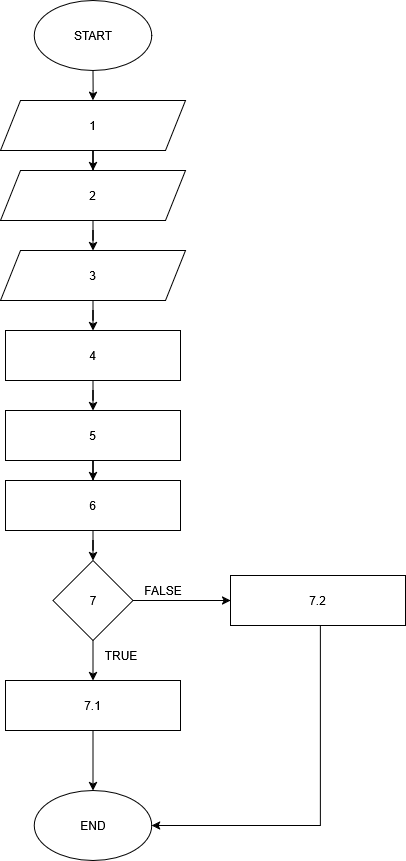
The draw.io diagram 6.triangle check/6.drawio.png in JanithFX/PHP-Exercises, before a commit. Source tidied: cells renumbered, new cells last; positions are measured from the earlier drawing's top-left corner, leaving out a move shared by most shapes.
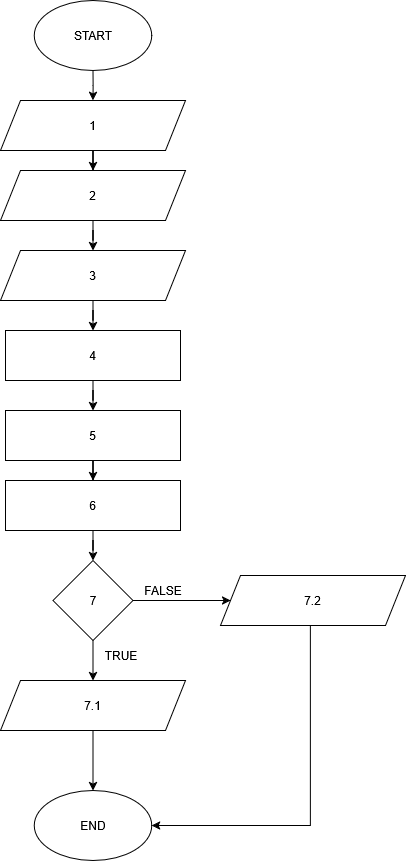
Above is the later version.

Change to the diagram source:
```diff
@@ -47,36 +47,44 @@
     <mxCell id="16" value="3" style="shape=parallelogram;perimeter=parallelogramPerimeter;whiteSpace=wrap;html=1;fixedSize=1;" parent="1" vertex="1">
       <mxGeometry y="250" width="185" height="50" as="geometry" />
     </mxCell>
-    <mxCell id="17" style="edgeStyle=orthogonalEdgeStyle;rounded=0;jettySize=auto;html=1;" parent="1" edge="1" source="19" target="21">
-      <mxGeometry relative="1" as="geometry" />
-    </mxCell>
-    <mxCell id="18" style="edgeStyle=orthogonalEdgeStyle;rounded=0;jettySize=auto;html=1;" parent="1" edge="1" source="19" target="23">
-      <mxGeometry relative="1" as="geometry" />
-    </mxCell>
+    <mxCell id="26" style="edgeStyle=orthogonalEdgeStyle;rounded=0;jettySize=auto;html=1;" parent="1" edge="1" source="19">
+      <mxGeometry relative="1" as="geometry">
+        <mxPoint x="92.5" y="680" as="targetPoint" />
+      </mxGeometry>
+    </mxCell>
+    <mxCell id="27" style="edgeStyle=orthogonalEdgeStyle;rounded=0;jettySize=auto;html=1;" parent="1" edge="1" source="19">
+      <mxGeometry relative="1" as="geometry">
+        <mxPoint x="230" y="600" as="targetPoint" />
+      </mxGeometry>
+    </mxCell>
     <mxCell id="19" value="7" style="rhombus;whiteSpace=wrap;html=1;" parent="1" vertex="1">
       <mxGeometry x="52.5" y="560" width="80" height="80" as="geometry" />
     </mxCell>
-    <mxCell id="20" style="edgeStyle=orthogonalEdgeStyle;rounded=0;jettySize=auto;html=1;" parent="1" edge="1" source="21" target="4">
-      <mxGeometry relative="1" as="geometry" />
-    </mxCell>
-    <mxCell id="21" value="7.1" style="rounded=0;whiteSpace=wrap;html=1;" parent="1" vertex="1">
-      <mxGeometry x="5" y="680" width="175" height="50" as="geometry" />
-    </mxCell>
-    <mxCell id="22" style="edgeStyle=orthogonalEdgeStyle;rounded=0;jettySize=auto;html=1;entryX=1;entryY=0.5;entryDx=0;entryDy=0;" parent="1" edge="1" source="23" target="4">
-      <mxGeometry relative="1" as="geometry">
-        <Array as="points">
-          <mxPoint x="320" y="825" />
-        </Array>
-      </mxGeometry>
-    </mxCell>
-    <mxCell id="23" value="7.2" style="rounded=0;whiteSpace=wrap;html=1;" parent="1" vertex="1">
-      <mxGeometry x="230" y="575" width="175" height="50" as="geometry" />
-    </mxCell>
+    <mxCell id="28" style="edgeStyle=orthogonalEdgeStyle;rounded=0;jettySize=auto;html=1;" parent="1" edge="1" target="4">
+      <mxGeometry relative="1" as="geometry">
+        <mxPoint x="92.5" y="730" as="sourcePoint" />
+      </mxGeometry>
+    </mxCell>
+    <mxCell id="29" style="edgeStyle=orthogonalEdgeStyle;rounded=0;jettySize=auto;html=1;entryX=1;entryY=0.5;entryDx=0;entryDy=0;" parent="1" edge="1" target="4">
+      <mxGeometry relative="1" as="geometry">
+        <mxPoint x="320" y="625" as="sourcePoint" />
+        <Array as="points">
+          <mxPoint x="310" y="625" />
+          <mxPoint x="310" y="825" />
+        </Array>
+      </mxGeometry>
+    </mxCell>
     <mxCell id="24" value="FALSE" style="text;html=1;whiteSpace=wrap;strokeColor=none;fillColor=none;align=center;verticalAlign=middle;rounded=0;" parent="1" vertex="1">
       <mxGeometry x="132.5" y="575" width="60" height="30" as="geometry" />
     </mxCell>
     <mxCell id="25" value="TRUE" style="text;html=1;whiteSpace=wrap;strokeColor=none;fillColor=none;align=center;verticalAlign=middle;rounded=0;" parent="1" vertex="1">
       <mxGeometry x="91.2" y="640" width="60" height="30" as="geometry" />
     </mxCell>
+    <mxCell id="21" value="7.1" style="shape=parallelogram;perimeter=parallelogramPerimeter;whiteSpace=wrap;html=1;fixedSize=1;" parent="1" vertex="1">
+      <mxGeometry y="680" width="185" height="50" as="geometry" />
+    </mxCell>
+    <mxCell id="23" value="7.2" style="shape=parallelogram;perimeter=parallelogramPerimeter;whiteSpace=wrap;html=1;fixedSize=1;" parent="1" vertex="1">
+      <mxGeometry x="220" y="575" width="185" height="50" as="geometry" />
+    </mxCell>
   </root>
 </mxGraphModel>
```
